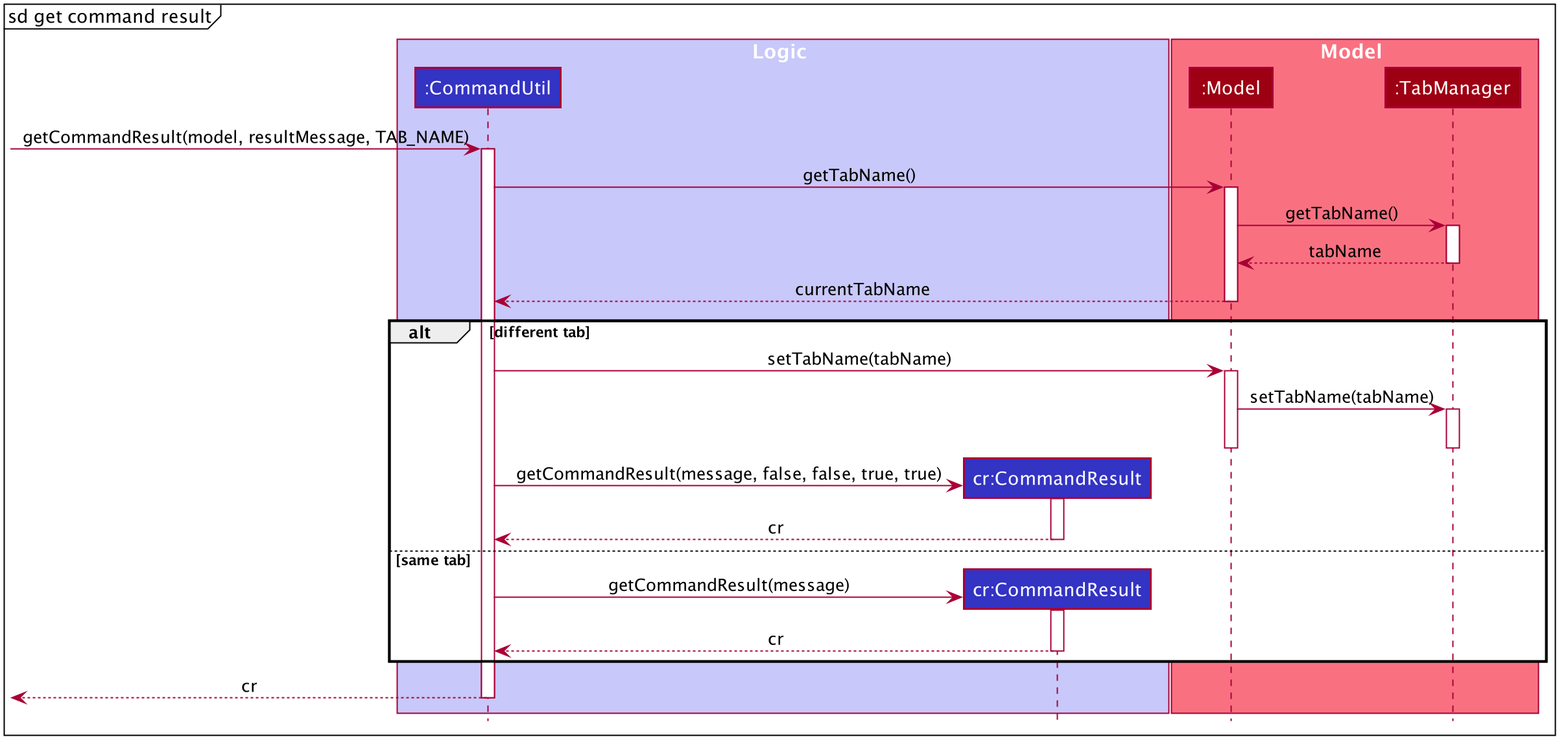
shawn-nyk/tp keeps this PlantUML diagram as docs/images/GetCommandResultSequenceDiagram.png. Above is the earlier version.
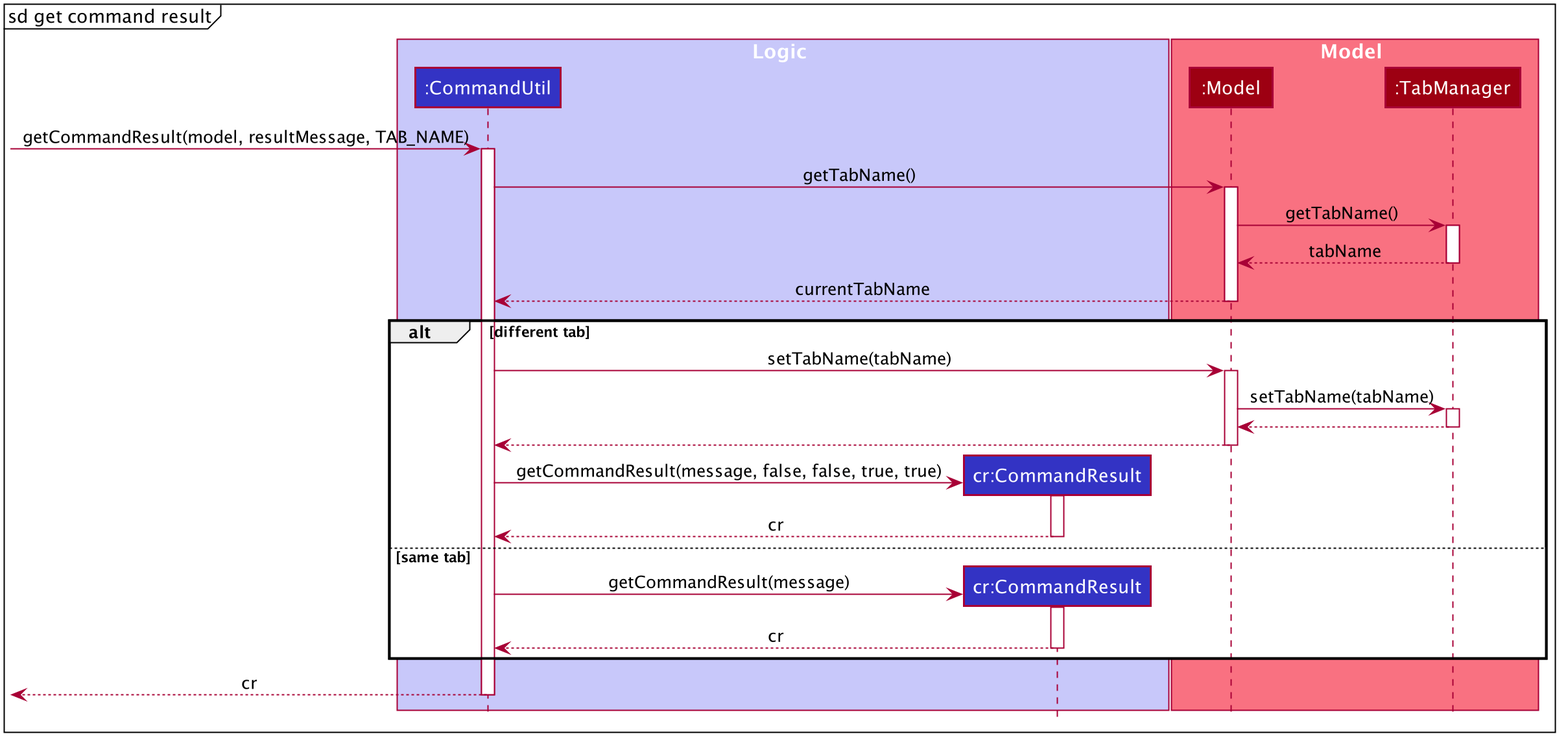
After the commit.

The edit, as a diff of the source:
```diff
@@ -10,6 +10,8 @@
 skinparam BackgroundColor #FFFFFFF
 
 skinparam Shadowing false
+
+skinparam classAttributeIconSize 0
 
 skinparam Class {
     FontColor #FFFFFF
@@ -76,7 +78,9 @@
     activate Model
     Model -> TabManager : setTabName(tabName)
     activate TabManager
+    TabManager --> Model
     deactivate TabManager
+    Model --> CommandUtil
     deactivate Model
 
     create CommandResult
```
